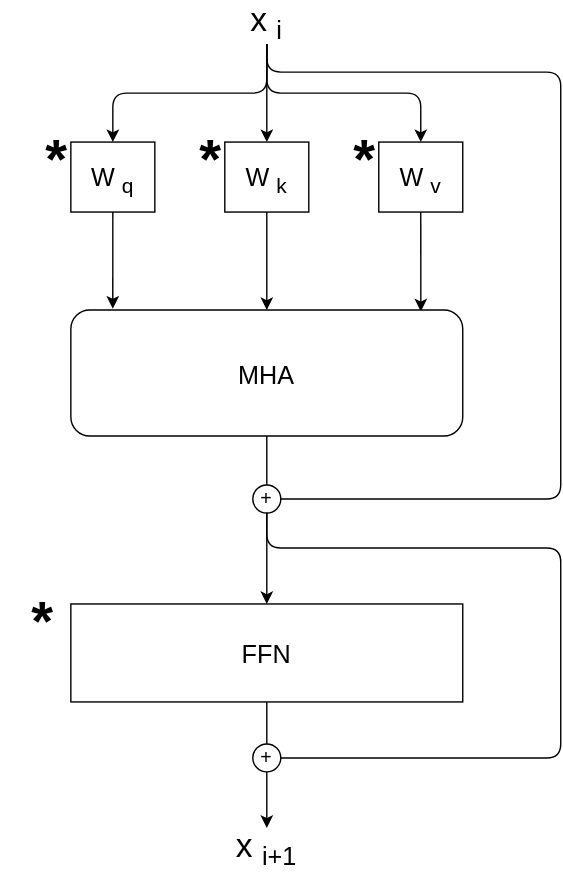
This is source/images/diagrom-transformer-layer.drawio.svg from k-l-lambda/k-l-lambda.github.io, a draw.io export, as it was before one commit. Source tidied: cells renumbered, new cells last; positions are measured from the earlier drawing's top-left corner, leaving out a move shared by most shapes.
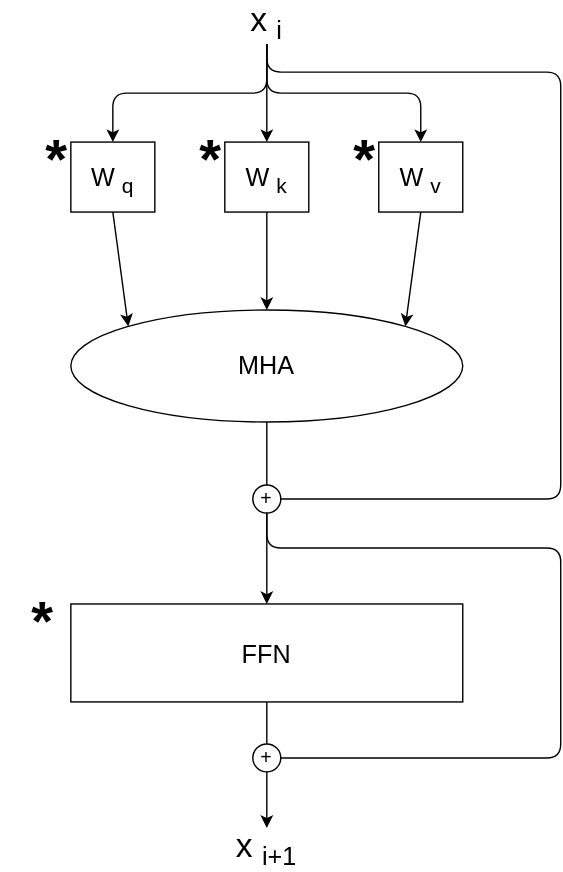
The same file after the commit.

Change to the diagram source:
```diff
@@ -26,19 +26,21 @@
     <mxCell id="7" value="x&lt;sub&gt;&lt;font style=&quot;font-size: 18px;&quot;&gt;i&lt;/font&gt;&lt;/sub&gt;" style="text;strokeColor=none;align=center;fillColor=none;html=1;verticalAlign=middle;whiteSpace=wrap;rounded=0;fontSize=24;" parent="1" vertex="1">
       <mxGeometry x="160" width="60" height="30" as="geometry" />
     </mxCell>
-    <mxCell id="8" style="edgeStyle=orthogonalEdgeStyle;html=1;exitX=0.5;exitY=1;exitDx=0;exitDy=0;entryX=0.107;entryY=-0.011;entryDx=0;entryDy=0;entryPerimeter=0;" parent="1" edge="1" source="9" target="15">
+    <mxCell id="8" style="edgeStyle=none;html=1;exitX=0.5;exitY=1;exitDx=0;exitDy=0;entryX=0;entryY=0;entryDx=0;entryDy=0;fontSize=18;" parent="1" edge="1" source="9" target="15">
       <mxGeometry relative="1" as="geometry" />
     </mxCell>
     <mxCell id="9" value="&lt;font style=&quot;font-size: 18px;&quot;&gt;W&lt;sub&gt;q&lt;/sub&gt;&lt;/font&gt;" style="whiteSpace=wrap;html=1;fontSize=24;" parent="1" vertex="1">
       <mxGeometry x="50" y="100" width="60" height="50" as="geometry" />
     </mxCell>
-    <mxCell id="10" style="edgeStyle=orthogonalEdgeStyle;html=1;exitX=0.5;exitY=1;exitDx=0;exitDy=0;entryX=0.5;entryY=0;entryDx=0;entryDy=0;" parent="1" edge="1" source="11" target="15">
-      <mxGeometry relative="1" as="geometry" />
+    <mxCell id="10" style="edgeStyle=orthogonalEdgeStyle;html=1;exitX=0.5;exitY=1;exitDx=0;exitDy=0;entryX=0.5;entryY=0;entryDx=0;entryDy=0;" parent="1" edge="1" source="11">
+      <mxGeometry relative="1" as="geometry">
+        <mxPoint x="190" y="220" as="targetPoint" />
+      </mxGeometry>
     </mxCell>
     <mxCell id="11" value="&lt;font style=&quot;font-size: 18px;&quot;&gt;W&lt;sub&gt;k&lt;/sub&gt;&lt;/font&gt;" style="whiteSpace=wrap;html=1;fontSize=24;" parent="1" vertex="1">
       <mxGeometry x="160" y="100" width="60" height="50" as="geometry" />
     </mxCell>
-    <mxCell id="12" style="edgeStyle=orthogonalEdgeStyle;html=1;exitX=0.5;exitY=1;exitDx=0;exitDy=0;entryX=0.893;entryY=0.011;entryDx=0;entryDy=0;entryPerimeter=0;" parent="1" edge="1" source="13" target="15">
+    <mxCell id="12" style="edgeStyle=none;html=1;exitX=0.5;exitY=1;exitDx=0;exitDy=0;entryX=1;entryY=0;entryDx=0;entryDy=0;fontSize=18;" parent="1" edge="1" source="13" target="15">
       <mxGeometry relative="1" as="geometry" />
     </mxCell>
     <mxCell id="13" value="&lt;font style=&quot;font-size: 18px;&quot;&gt;W&lt;sub&gt;v&lt;/sub&gt;&lt;/font&gt;" style="whiteSpace=wrap;html=1;fontSize=24;" parent="1" vertex="1">
@@ -47,9 +49,6 @@
     <mxCell id="14" style="edgeStyle=orthogonalEdgeStyle;html=1;exitX=0.5;exitY=1;exitDx=0;exitDy=0;entryX=0.5;entryY=0;entryDx=0;entryDy=0;endArrow=none;endFill=0;" parent="1" edge="1" source="15" target="20">
       <mxGeometry relative="1" as="geometry" />
     </mxCell>
-    <mxCell id="15" value="&lt;span style=&quot;font-size: 18px;&quot;&gt;MHA&lt;/span&gt;" style="whiteSpace=wrap;html=1;fontSize=24;rounded=1;" parent="1" vertex="1">
-      <mxGeometry x="50" y="220" width="280" height="90" as="geometry" />
-    </mxCell>
     <mxCell id="16" style="edgeStyle=orthogonalEdgeStyle;html=1;exitX=0.5;exitY=1;exitDx=0;exitDy=0;entryX=0.5;entryY=0;entryDx=0;entryDy=0;endArrow=none;endFill=0;" parent="1" edge="1" source="17" target="22">
       <mxGeometry relative="1" as="geometry" />
     </mxCell>
@@ -89,5 +88,8 @@
     <mxCell id="26" value="&lt;b&gt;*&lt;/b&gt;" style="text;strokeColor=none;align=center;fillColor=none;html=1;verticalAlign=middle;whiteSpace=wrap;rounded=0;fontSize=40;" parent="1" vertex="1">
       <mxGeometry y="430" width="60" height="22.5" as="geometry" />
     </mxCell>
+    <mxCell id="15" value="MHA" style="ellipse;whiteSpace=wrap;html=1;rounded=1;fontSize=18;" parent="1" vertex="1">
+      <mxGeometry x="50" y="220" width="280" height="80" as="geometry" />
+    </mxCell>
   </root>
 </mxGraphModel>
```
